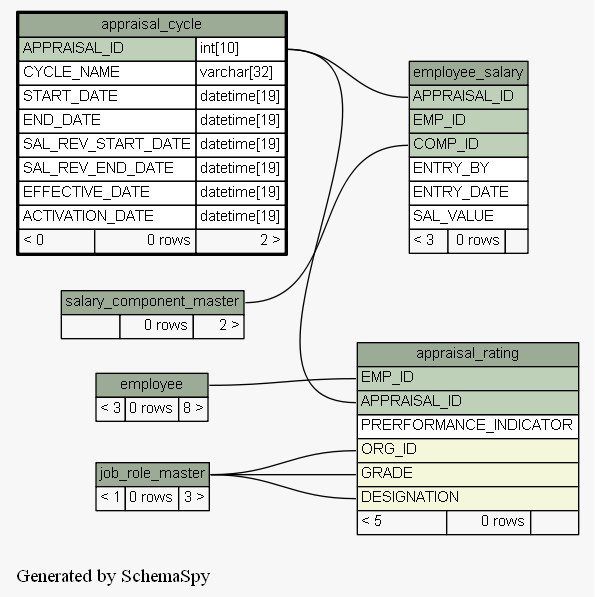
Before: docs/database/schemaspy/graphs/appraisal_cycle.2degrees.png, a diagram exported from Graphviz (engineerscraft/hrms). Its source is kept beside it as docs/database/schemaspy/graphs/appraisal_cycle.2degrees.dot.
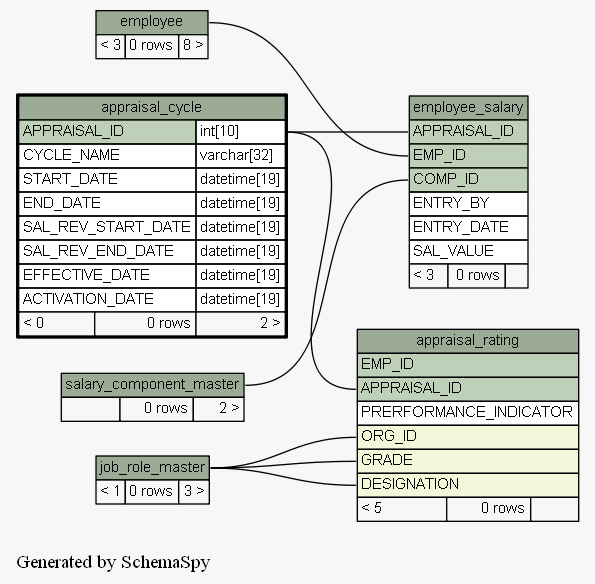
The same file after the commit.

The edit, as a diff of the source:
```diff
@@ -15,11 +15,11 @@
   ];
   "appraisal_rating":"APPRAISAL_ID":w -> "appraisal_cycle":"APPRAISAL_ID.type":e [arrowtail=crowtee arrowhead=none];
   "appraisal_rating":"DESIGNATION":w -> "job_role_master":"job_role_master.heading":e [arrowtail=crowodot arrowhead=none];
-  "appraisal_rating":"EMP_ID":w -> "employee":"employee.heading":e [arrowtail=crowtee arrowhead=none];
   "appraisal_rating":"GRADE":w -> "job_role_master":"job_role_master.heading":e [arrowtail=crowodot arrowhead=none];
   "appraisal_rating":"ORG_ID":w -> "job_role_master":"job_role_master.heading":e [arrowtail=crowodot arrowhead=none];
   "employee_salary":"APPRAISAL_ID":w -> "appraisal_cycle":"APPRAISAL_ID.type":e [arrowtail=crowtee arrowhead=none];
   "employee_salary":"COMP_ID":w -> "salary_component_master":"salary_component_master.heading":e [arrowtail=crowtee arrowhead=none];
+  "employee_salary":"EMP_ID":w -> "employee":"employee.heading":e [arrowtail=crowtee arrowhead=none];
   "appraisal_cycle" [
     label=<
     <TABLE BORDER="2" CELLBORDER="1" CELLSPACING="0" BGCOLOR="#ffffff">
```
